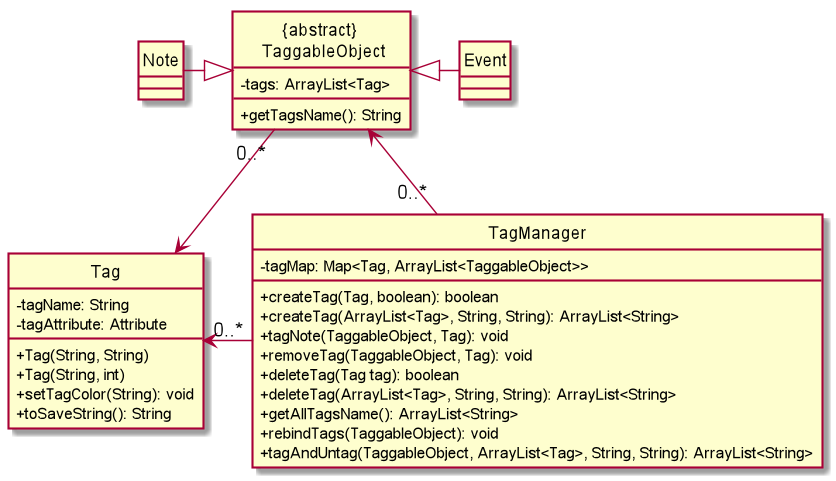
nus-cs2113-AY2021S1/tp keeps this PlantUML diagram as docs/diagrams/out/TaggableObject.png. Above is the earlier version.
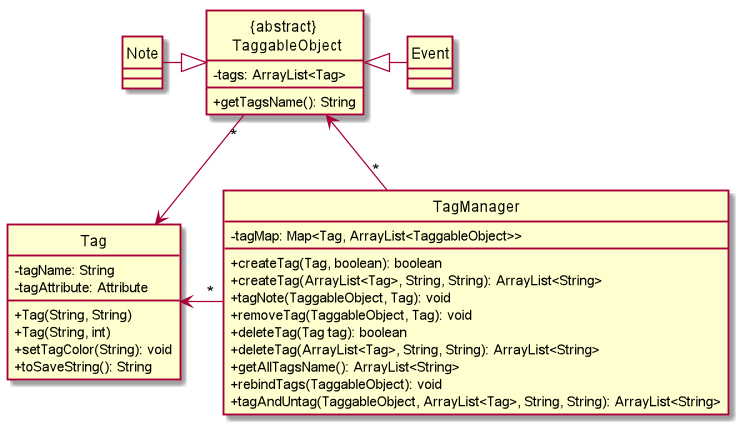
The same file after the commit.

Commit message:
Updated Notebook.uml, temporarily remove edit event from list

Change to the diagram source:
```diff
@@ -33,8 +33,8 @@
 Event -left-|> "{abstract} \n TaggableObject"
 Note -|> "{abstract} \n TaggableObject"
 
-"{abstract} \n TaggableObject" "0..*" -down-> Tag
-Tag <-"0..*" TagManager
-TagManager "0..*"-> "{abstract} \n TaggableObject"
+"{abstract} \n TaggableObject" "*" -down-> Tag
+Tag <-"*" TagManager
+TagManager "*"-> "{abstract} \n TaggableObject"
 
 @enduml
```
